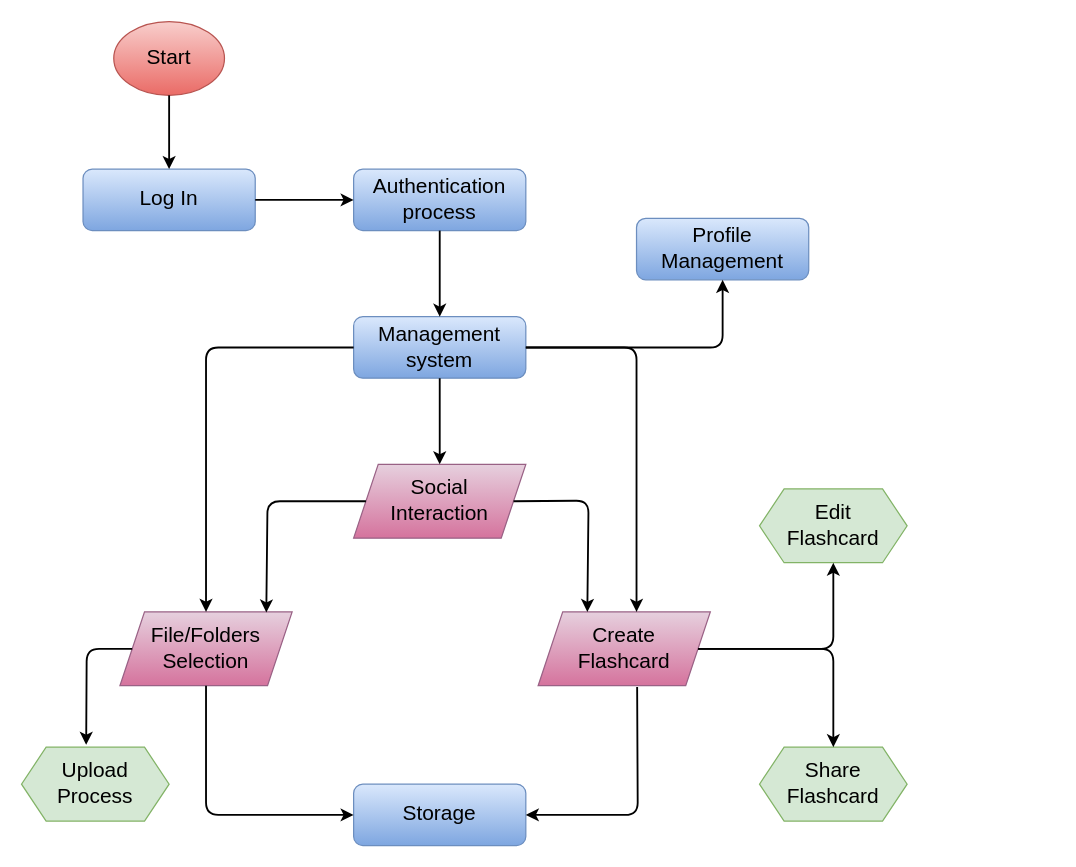
Earlier version of the draw.io diagram assets/flowchart.drawio (KentFlashHub/demo-repository). Source tidied: cells renumbered, new cells numbered last; positions are measured from the earlier drawing's top-left corner, leaving out a move shared by most shapes. Both pictures are drawn from the tidied source at 123%, with x=0, y=0 at pixel (21, 21).
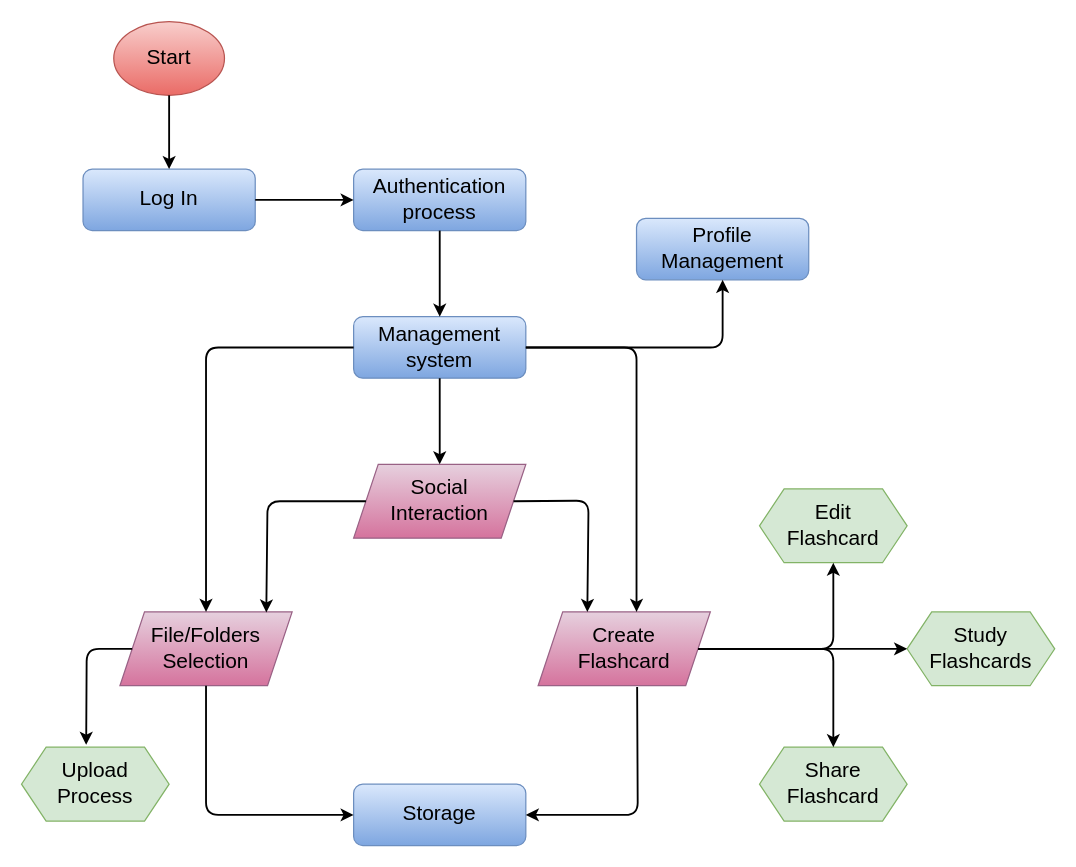
The same diagram, later.

Unchanged cells that the change refers to:
```xml
<mxCell id="8" value="&lt;font color=&quot;#000000&quot;&gt;Create &lt;br&gt;Flashcard&lt;/font&gt;" style="shape=parallelogram;perimeter=parallelogramPerimeter;whiteSpace=wrap;html=1;fixedSize=1;labelBackgroundColor=none;fontSize=17;fillColor=#e6d0de;strokeColor=#996185;gradientColor=#d5739d;" parent="1" vertex="1">
  <mxGeometry x="420" y="480" width="140" height="60" as="geometry" />
</mxCell>
```

Diff of the diagram source:
```diff
@@
+    <mxCell id="28" value="&lt;font color=&quot;#000000&quot;&gt;Study&lt;br&gt;Flashcards&lt;/font&gt;" style="shape=hexagon;perimeter=hexagonPerimeter2;whiteSpace=wrap;html=1;fixedSize=1;labelBackgroundColor=none;fontSize=17;fillColor=#d5e8d4;strokeColor=#82b366;" parent="1" vertex="1">
+      <mxGeometry x="720" y="480" width="120" height="60" as="geometry" />
+    </mxCell>
+    <mxCell id="29" style="endArrow=classic;html=1;entryX=0;entryY=0.5;entryDx=0;entryDy=0;exitX=1;exitY=0.5;exitDx=0;exitDy=0;fontSize=17;strokeColor=#000000;fontColor=#000000;strokeWidth=1.5;" parent="1" edge="1" source="8" target="28">
+      <mxGeometry relative="1" as="geometry" />
+    </mxCell>
```
